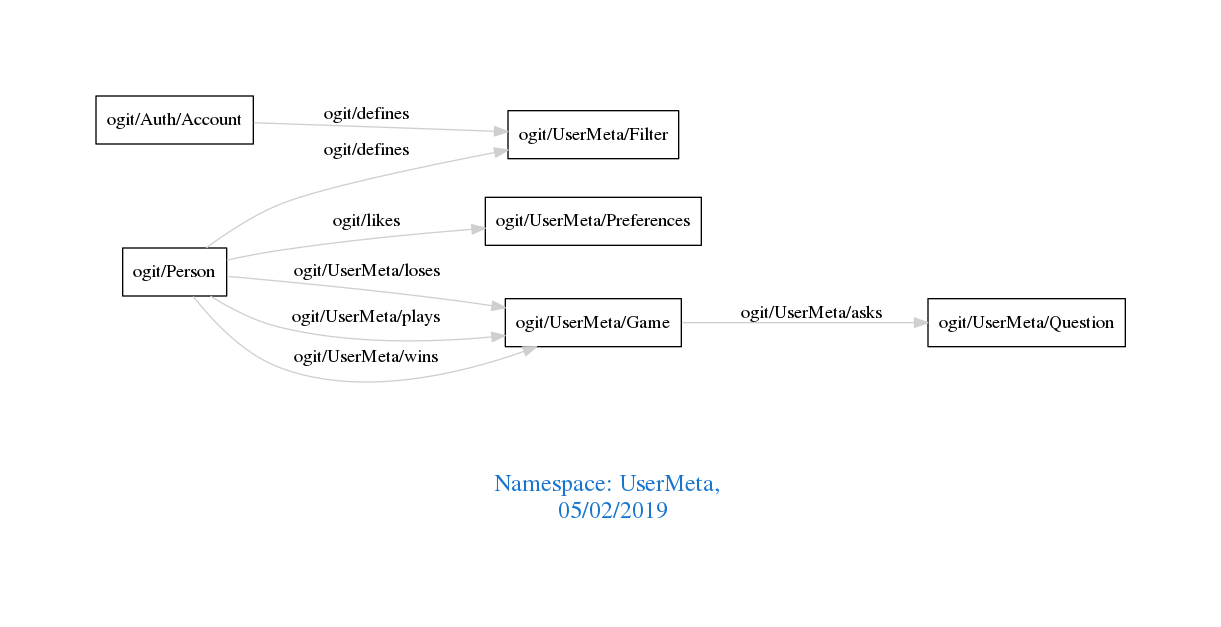
The Graphviz diagram downloads/UserMeta.png in arago/OGIT, before a commit. Its source is kept beside it as downloads/UserMeta.dot.
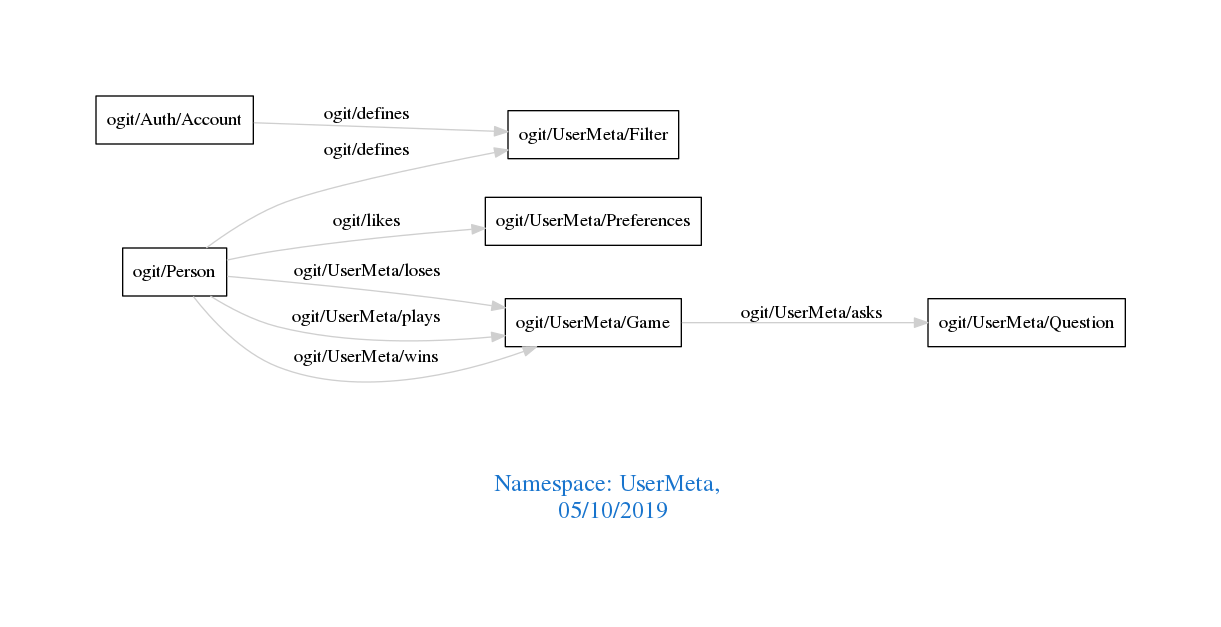
Above is the later version.

The edit, as a diff of the source:
```diff
@@ -1,7 +1,7 @@
 digraph OGIT_ontology {
  graph [ rankdir= LR,pad=1
 fontsize = 18,
-fontcolor= dodgerblue3,label = "\n\n\nNamespace: UserMeta, \n 05/02/2019"];
+fontcolor= dodgerblue3,label = "\n\n\nNamespace: UserMeta, \n 05/10/2019"];
 node[shape=polygon];
 edge [  color="gray81"];
 
```
